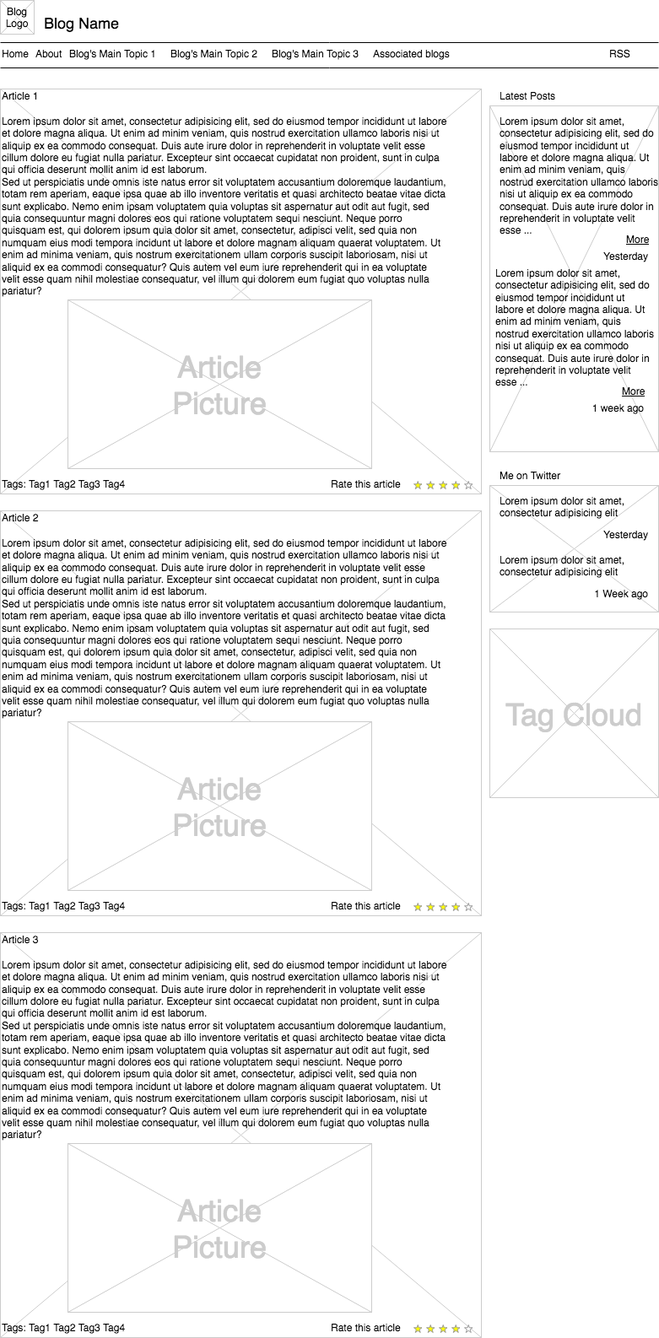
Before: planning/Untitled Diagram.png, a diagram exported from draw.io (katsmamina/HYF-website). Source tidied: cells renumbered, new cells last; positions are measured from the earlier drawing's top-left corner, leaving out a move shared by most shapes.
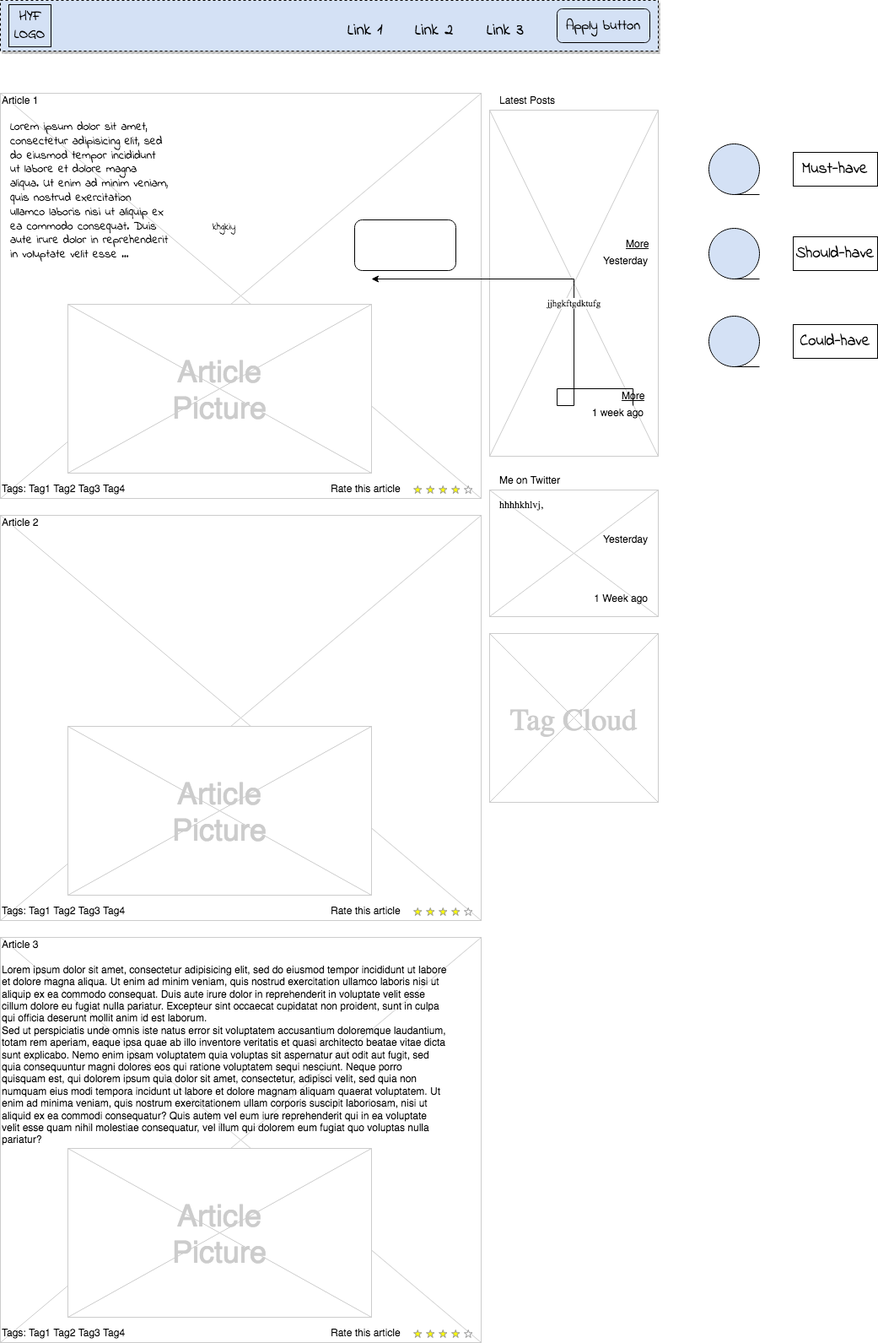
The same diagram one commit later.

What changed in the source:
```diff
@@ -5,41 +5,17 @@
     <mxCell id="2" style="verticalLabelPosition=bottom;verticalAlign=top;strokeWidth=1;shape=mxgraph.mockup.graphics.iconGrid;strokeColor=#CCCCCC;gridSize=1,1;" parent="1" vertex="1">
       <mxGeometry x="580" y="125" width="200" height="410" as="geometry" />
     </mxCell>
-    <mxCell id="3" style="verticalLabelPosition=bottom;verticalAlign=top;strokeWidth=1;shape=mxgraph.mockup.graphics.iconGrid;strokeColor=#CCCCCC;gridSize=1,1;" parent="1" vertex="1">
+    <mxCell id="3" style="verticalLabelPosition=bottom;verticalAlign=top;strokeWidth=1;shape=mxgraph.mockup.graphics.iconGrid;strokeColor=#CCCCCC;gridSize=1,1;shadow=0;" parent="1" vertex="1">
       <mxGeometry y="105" width="570" height="480" as="geometry" />
     </mxCell>
-    <mxCell id="4" value="Blog Name" style="text;spacingTop=-5;fontSize=18;fontStyle=0;" parent="1" vertex="1">
-      <mxGeometry x="50" y="15" width="230" height="20" as="geometry" />
-    </mxCell>
-    <mxCell id="5" style="line;strokeWidth=1;" parent="1" vertex="1">
-      <mxGeometry y="45" width="780" height="10" as="geometry" />
-    </mxCell>
-    <mxCell id="6" style="line;strokeWidth=1;" parent="1" vertex="1">
-      <mxGeometry y="75" width="780" height="10" as="geometry" />
-    </mxCell>
-    <mxCell id="7" value="Home" style="text;spacingTop=-5;" parent="1" vertex="1">
-      <mxGeometry y="55" width="30" height="20" as="geometry" />
-    </mxCell>
-    <mxCell id="8" value="About" style="text;spacingTop=-5;" parent="1" vertex="1">
-      <mxGeometry x="40" y="55" width="30" height="20" as="geometry" />
-    </mxCell>
-    <mxCell id="9" value="Associated blogs" style="text;spacingTop=-5;" parent="1" vertex="1">
-      <mxGeometry x="440" y="55" width="30" height="20" as="geometry" />
-    </mxCell>
     <mxCell id="10" value="Article 1" style="text;spacingTop=-5;" parent="1" vertex="1">
       <mxGeometry y="105" width="30" height="20" as="geometry" />
     </mxCell>
-    <mxCell id="11" value="Lorem ipsum dolor sit amet, consectetur adipisicing elit, sed do eiusmod tempor incididunt ut labore et dolore magna aliqua. Ut enim ad minim veniam, quis nostrud exercitation ullamco laboris nisi ut aliquip ex ea commodo consequat. Duis aute irure dolor in reprehenderit in voluptate velit esse cillum dolore eu fugiat nulla pariatur. Excepteur sint occaecat cupidatat non proident, sunt in culpa qui officia deserunt mollit anim id est laborum.&#10;Sed ut perspiciatis unde omnis iste natus error sit voluptatem accusantium doloremque laudantium, totam rem aperiam, eaque ipsa quae ab illo inventore veritatis et quasi architecto beatae vitae dicta sunt explicabo. Nemo enim ipsam voluptatem quia voluptas sit aspernatur aut odit aut fugit, sed quia consequuntur magni dolores eos qui ratione voluptatem sequi nesciunt. Neque porro quisquam est, qui dolorem ipsum quia dolor sit amet, consectetur, adipisci velit, sed quia non numquam eius modi tempora incidunt ut labore et dolore magnam aliquam quaerat voluptatem. Ut enim ad minima veniam, quis nostrum exercitationem ullam corporis suscipit laboriosam, nisi ut aliquid ex ea commodi consequatur? Quis autem vel eum iure reprehenderit qui in ea voluptate velit esse quam nihil molestiae consequatur, vel illum qui dolorem eum fugiat quo voluptas nulla pariatur?" style="text;spacingTop=-5;whiteSpace=wrap;align=left;" parent="1" vertex="1">
-      <mxGeometry y="135" width="530" height="250" as="geometry" />
-    </mxCell>
     <mxCell id="12" value="Latest Posts" style="text;spacingTop=-5;" parent="1" vertex="1">
       <mxGeometry x="590" y="105" width="30" height="20" as="geometry" />
     </mxCell>
-    <mxCell id="13" value="RSS" style="text;spacingTop=-5;" parent="1" vertex="1">
-      <mxGeometry x="720" y="55" width="30" height="20" as="geometry" />
-    </mxCell>
-    <mxCell id="14" value="Lorem ipsum dolor sit amet, consectetur adipisicing elit, sed do eiusmod tempor incididunt ut labore et dolore magna aliqua. Ut enim ad minim veniam, quis nostrud exercitation ullamco laboris nisi ut aliquip ex ea commodo consequat. Duis aute irure dolor in reprehenderit in voluptate velit esse ..." style="text;spacingTop=-5;whiteSpace=wrap;align=left;" parent="1" vertex="1">
-      <mxGeometry x="590" y="135" width="190" height="140" as="geometry" />
+    <mxCell id="14" value="Lorem ipsum dolor sit amet, consectetur adipisicing elit, sed do eiusmod tempor incididunt ut labore et dolore magna aliqua. Ut enim ad minim veniam, quis nostrud exercitation ullamco laboris nisi ut aliquip ex ea commodo consequat. Duis aute irure dolor in reprehenderit in voluptate velit esse ..." style="text;spacingTop=-5;whiteSpace=wrap;align=left;fontFamily=Indie Flower;fontSource=https%3A%2F%2Ffonts.googleapis.com%2Fcss%3Ffamily%3DIndie%2BFlower;fontSize=14;" parent="1" vertex="1">
+      <mxGeometry x="10" y="135" width="190" height="230" as="geometry" />
     </mxCell>
     <mxCell id="15" value="More" style="text;spacingTop=-5;fontStyle=4;" parent="1" vertex="1">
       <mxGeometry x="740" y="275" width="30" height="20" as="geometry" />
@@ -47,30 +23,25 @@
     <mxCell id="16" value="Yesterday" style="text;spacingTop=-5;fontStyle=0;align=right;" parent="1" vertex="1">
       <mxGeometry x="740" y="295" width="30" height="20" as="geometry" />
     </mxCell>
-    <mxCell id="17" value="Lorem ipsum dolor sit amet, consectetur adipisicing elit, sed do eiusmod tempor incididunt ut labore et dolore magna aliqua. Ut enim ad minim veniam, quis nostrud exercitation ullamco laboris nisi ut aliquip ex ea commodo consequat. Duis aute irure dolor in reprehenderit in voluptate velit esse ..." style="text;spacingTop=-5;whiteSpace=wrap;align=left;" parent="1" vertex="1">
-      <mxGeometry x="585" y="315" width="190" height="140" as="geometry" />
+    <mxCell id="17" value="khgkiy" style="text;spacingTop=-5;whiteSpace=wrap;align=left;fontFamily=Indie flower;fontSource=https%3A%2F%2Ffonts.googleapis.com%2Fcss%3Ffamily%3DIndie%2Bflower;" parent="1" vertex="1">
+      <mxGeometry x="250" y="255" width="190" height="140" as="geometry" />
     </mxCell>
     <mxCell id="18" value="More" style="text;spacingTop=-5;fontStyle=4;" parent="1" vertex="1">
       <mxGeometry x="735" y="455" width="30" height="20" as="geometry" />
     </mxCell>
+    <mxCell id="54" value="jjhgkftgdktufg" style="edgeStyle=orthogonalEdgeStyle;rounded=0;jettySize=auto;html=1;fontFamily=Indie flowers;fontSource=https%3A%2F%2Ffonts.googleapis.com%2Fcss%3Ffamily%3DIndie%2Bflowers;" parent="1" edge="1" source="19" target="17">
+      <mxGeometry relative="1" as="geometry">
+        <Array as="points">
+          <mxPoint x="750" y="455" />
+          <mxPoint x="660" y="455" />
+          <mxPoint x="660" y="475" />
+          <mxPoint x="680" y="475" />
+        </Array>
+      </mxGeometry>
+    </mxCell>
     <mxCell id="19" value="1 week ago" style="text;spacingTop=-5;fontStyle=0;align=right;" parent="1" vertex="1">
       <mxGeometry x="735" y="475" width="30" height="20" as="geometry" />
     </mxCell>
-    <mxCell id="20" style="verticalLabelPosition=bottom;verticalAlign=top;strokeWidth=1;shape=mxgraph.mockup.graphics.iconGrid;strokeColor=#CCCCCC;gridSize=1,1;" parent="1" vertex="1">
-      <mxGeometry width="40" height="40" as="geometry" />
-    </mxCell>
-    <mxCell id="21" value="Blog &#10;Logo" style="text;spacingTop=-5;align=center;" parent="1" vertex="1">
-      <mxGeometry y="5" width="40" height="40" as="geometry" />
-    </mxCell>
-    <mxCell id="22" value="Blog's Main Topic 1" style="text;spacingTop=-5;" parent="1" vertex="1">
-      <mxGeometry x="80" y="55" width="30" height="20" as="geometry" />
-    </mxCell>
-    <mxCell id="23" value="Blog's Main Topic 2" style="text;spacingTop=-5;" parent="1" vertex="1">
-      <mxGeometry x="200" y="55" width="30" height="20" as="geometry" />
-    </mxCell>
-    <mxCell id="24" value="Blog's Main Topic 3" style="text;spacingTop=-5;" parent="1" vertex="1">
-      <mxGeometry x="320" y="55" width="30" height="20" as="geometry" />
-    </mxCell>
     <mxCell id="25" style="verticalLabelPosition=bottom;verticalAlign=top;strokeWidth=1;shape=mxgraph.mockup.graphics.iconGrid;strokeColor=#CCCCCC;gridSize=1,1;" parent="1" vertex="1">
       <mxGeometry x="80" y="355" width="360" height="200" as="geometry" />
     </mxCell>
@@ -83,9 +54,6 @@
     <mxCell id="28" value="Article 2" style="text;spacingTop=-5;" parent="1" vertex="1">
       <mxGeometry y="605" width="30" height="20" as="geometry" />
     </mxCell>
-    <mxCell id="29" value="Lorem ipsum dolor sit amet, consectetur adipisicing elit, sed do eiusmod tempor incididunt ut labore et dolore magna aliqua. Ut enim ad minim veniam, quis nostrud exercitation ullamco laboris nisi ut aliquip ex ea commodo consequat. Duis aute irure dolor in reprehenderit in voluptate velit esse cillum dolore eu fugiat nulla pariatur. Excepteur sint occaecat cupidatat non proident, sunt in culpa qui officia deserunt mollit anim id est laborum.&#10;Sed ut perspiciatis unde omnis iste natus error sit voluptatem accusantium doloremque laudantium, totam rem aperiam, eaque ipsa quae ab illo inventore veritatis et quasi architecto beatae vitae dicta sunt explicabo. Nemo enim ipsam voluptatem quia voluptas sit aspernatur aut odit aut fugit, sed quia consequuntur magni dolores eos qui ratione voluptatem sequi nesciunt. Neque porro quisquam est, qui dolorem ipsum quia dolor sit amet, consectetur, adipisci velit, sed quia non numquam eius modi tempora incidunt ut labore et dolore magnam aliquam quaerat voluptatem. Ut enim ad minima veniam, quis nostrum exercitationem ullam corporis suscipit laboriosam, nisi ut aliquid ex ea commodi consequatur? Quis autem vel eum iure reprehenderit qui in ea voluptate velit esse quam nihil molestiae consequatur, vel illum qui dolorem eum fugiat quo voluptas nulla pariatur?" style="text;spacingTop=-5;whiteSpace=wrap;align=left;" parent="1" vertex="1">
-      <mxGeometry y="635" width="530" height="250" as="geometry" />
-    </mxCell>
     <mxCell id="30" style="verticalLabelPosition=bottom;verticalAlign=top;strokeWidth=1;shape=mxgraph.mockup.graphics.iconGrid;strokeColor=#CCCCCC;gridSize=1,1;" parent="1" vertex="1">
       <mxGeometry x="80" y="855" width="360" height="200" as="geometry" />
     </mxCell>
@@ -140,7 +108,7 @@
     <mxCell id="47" value="Me on Twitter" style="text;spacingTop=-5;" parent="1" vertex="1">
       <mxGeometry x="590" y="555" width="30" height="20" as="geometry" />
     </mxCell>
-    <mxCell id="48" value="Lorem ipsum dolor sit amet, consectetur adipisicing elit" style="text;spacingTop=-5;whiteSpace=wrap;align=left;" parent="1" vertex="1">
+    <mxCell id="48" value="hhhhkhlvj," style="text;spacingTop=-5;whiteSpace=wrap;align=left;fontFamily=Indie flowers;fontSource=https%3A%2F%2Ffonts.googleapis.com%2Fcss%3Ffamily%3DIndie%2Bflowers;" parent="1" vertex="1">
       <mxGeometry x="590" y="585" width="190" height="40" as="geometry" />
     </mxCell>
     <mxCell id="49" value="Yesterday" style="text;spacingTop=-5;fontStyle=0;align=right;" parent="1" vertex="1">
@@ -149,14 +117,50 @@
     <mxCell id="50" style="verticalLabelPosition=bottom;verticalAlign=top;strokeWidth=1;shape=mxgraph.mockup.graphics.iconGrid;strokeColor=#CCCCCC;gridSize=1,1;" parent="1" vertex="1">
       <mxGeometry x="580" y="745" width="200" height="200" as="geometry" />
     </mxCell>
-    <mxCell id="51" value="Tag Cloud" style="text;spacingTop=-5;align=center;verticalAlign=middle;fontSize=36;fontColor=#CCCCCC;" parent="1" vertex="1">
+    <mxCell id="51" value="Tag Cloud" style="text;spacingTop=-5;align=center;verticalAlign=middle;fontSize=36;fontColor=#CCCCCC;fontFamily=Indie flowers;fontSource=https%3A%2F%2Ffonts.googleapis.com%2Fcss%3Ffamily%3DIndie%2Bflowers;" parent="1" vertex="1">
       <mxGeometry x="580" y="745" width="200" height="200" as="geometry" />
     </mxCell>
-    <mxCell id="52" value="Lorem ipsum dolor sit amet, consectetur adipisicing elit" style="text;spacingTop=-5;whiteSpace=wrap;align=left;" parent="1" vertex="1">
-      <mxGeometry x="590" y="655" width="190" height="40" as="geometry" />
-    </mxCell>
     <mxCell id="53" value="1 Week ago" style="text;spacingTop=-5;fontStyle=0;align=right;" parent="1" vertex="1">
       <mxGeometry x="740" y="695" width="30" height="20" as="geometry" />
     </mxCell>
+    <mxCell id="55" style="shape=tapeData;whiteSpace=wrap;html=1;perimeter=ellipsePerimeter;fontFamily=Indie flowers;fontSource=https%3A%2F%2Ffonts.googleapis.com%2Fcss%3Ffamily%3DIndie%2Bflowers;labelBackgroundColor=#D4E1F5;fillColor=#D4E1F5;" parent="1" vertex="1">
+      <mxGeometry x="840" y="165" width="60" height="60" as="geometry" />
+    </mxCell>
+    <mxCell id="56" style="rounded=1;whiteSpace=wrap;html=1;fontFamily=Indie flower;fontSource=https%3A%2F%2Ffonts.googleapis.com%2Fcss%3Ffamily%3DIndie%2Bflower;fontSize=17;" parent="1" vertex="1">
+      <mxGeometry x="420" y="255" width="120" height="60" as="geometry" />
+    </mxCell>
+    <mxCell id="57" value="Must-have" style="rounded=0;whiteSpace=wrap;html=1;fontFamily=Indie Flower;fontSource=https%3A%2F%2Ffonts.googleapis.com%2Fcss%3Ffamily%3DIndie%2BFlower;fontSize=19;" parent="1" vertex="1">
+      <mxGeometry x="940" y="175" width="100" height="40" as="geometry" />
+    </mxCell>
+    <mxCell id="58" style="rounded=0;whiteSpace=wrap;html=1;labelBackgroundColor=#D4E1F5;fontFamily=Indie Flower;fontSource=https%3A%2F%2Ffonts.googleapis.com%2Fcss%3Ffamily%3DIndie%2BFlower;fontSize=19;fillColor=#D4E1F5;dashed=1;sketch=0;shadow=1;" parent="1" vertex="1">
+      <mxGeometry y="-5" width="780" height="60" as="geometry" />
+    </mxCell>
+    <mxCell id="59" value="HYF LOGO" style="whiteSpace=wrap;html=1;fontFamily=Indie Flower;fontSource=https%3A%2F%2Ffonts.googleapis.com%2Fcss%3Ffamily%3DIndie%2BFlower;fontSize=17;fillColor=#D4E1F5;" parent="1" vertex="1">
+      <mxGeometry x="10" width="50" height="50" as="geometry" />
+    </mxCell>
+    <mxCell id="60" value="Apply button" style="rounded=1;whiteSpace=wrap;html=1;fontFamily=Indie Flower;fontSize=17;fontSource=https%3A%2F%2Ffonts.googleapis.com%2Fcss%3Ffamily%3DIndie%2BFlower;fillColor=#D4E1F5;" parent="1" vertex="1">
+      <mxGeometry x="660" y="5" width="110" height="40" as="geometry" />
+    </mxCell>
+    <mxCell id="61" value="Link 1" style="text;spacingTop=-5;fontFamily=Indie Flower;fontSource=https%3A%2F%2Ffonts.googleapis.com%2Fcss%3Ffamily%3DIndie%2BFlower;fontSize=20;" parent="1" vertex="1">
+      <mxGeometry x="410" y="15" width="60" height="20" as="geometry" />
+    </mxCell>
+    <mxCell id="62" value="Link 2" style="text;spacingTop=-5;fontFamily=Indie Flower;fontSource=https%3A%2F%2Ffonts.googleapis.com%2Fcss%3Ffamily%3DIndie%2BFlower;fontSize=20;" parent="1" vertex="1">
+      <mxGeometry x="490" y="15" width="60" height="20" as="geometry" />
+    </mxCell>
+    <mxCell id="63" value="Link 3" style="text;spacingTop=-5;fontFamily=Indie Flower;fontSource=https%3A%2F%2Ffonts.googleapis.com%2Fcss%3Ffamily%3DIndie%2BFlower;fontSize=20;" parent="1" vertex="1">
+      <mxGeometry x="575" y="15" width="60" height="20" as="geometry" />
+    </mxCell>
+    <mxCell id="64" style="shape=tapeData;whiteSpace=wrap;html=1;perimeter=ellipsePerimeter;fontFamily=Indie flowers;fontSource=https%3A%2F%2Ffonts.googleapis.com%2Fcss%3Ffamily%3DIndie%2Bflowers;labelBackgroundColor=#D4E1F5;fillColor=#D4E1F5;" parent="1" vertex="1">
+      <mxGeometry x="840" y="265" width="60" height="60" as="geometry" />
+    </mxCell>
+    <mxCell id="65" value="Should-have" style="rounded=0;whiteSpace=wrap;html=1;fontFamily=Indie Flower;fontSource=https%3A%2F%2Ffonts.googleapis.com%2Fcss%3Ffamily%3DIndie%2BFlower;fontSize=19;" parent="1" vertex="1">
+      <mxGeometry x="940" y="275" width="100" height="40" as="geometry" />
+    </mxCell>
+    <mxCell id="66" style="shape=tapeData;whiteSpace=wrap;html=1;perimeter=ellipsePerimeter;fontFamily=Indie flowers;fontSource=https%3A%2F%2Ffonts.googleapis.com%2Fcss%3Ffamily%3DIndie%2Bflowers;labelBackgroundColor=#D4E1F5;fillColor=#D4E1F5;" parent="1" vertex="1">
+      <mxGeometry x="840" y="369" width="60" height="60" as="geometry" />
+    </mxCell>
+    <mxCell id="67" value="Could-have" style="rounded=0;whiteSpace=wrap;html=1;fontFamily=Indie Flower;fontSource=https%3A%2F%2Ffonts.googleapis.com%2Fcss%3Ffamily%3DIndie%2BFlower;fontSize=19;" parent="1" vertex="1">
+      <mxGeometry x="940" y="379" width="100" height="40" as="geometry" />
+    </mxCell>
   </root>
 </mxGraphModel>
```
